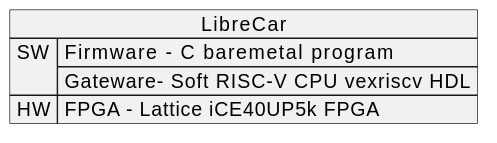
Earlier version of the PlantUML export src/images/top.svg (disdi/proposal).
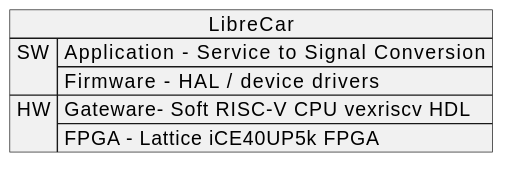
After the change.

Change to the diagram source:
```diff
@@ -1,8 +1,8 @@
 @startuml
 json LibreCar {
 
-   "SW": ["Firmware - C baremetal program", "Gateware- Soft RISC-V CPU vexriscv HDL"],
+   "SW": ["Application - Service to Signal Conversion", "Firmware -  HAL / device drivers"],
 
-   "HW": ["FPGA - Lattice iCE40UP5k FPGA"]
+   "HW": ["Gateware- Soft RISC-V CPU vexriscv HDL", "FPGA - Lattice iCE40UP5k FPGA"]
 }
 @enduml
```
